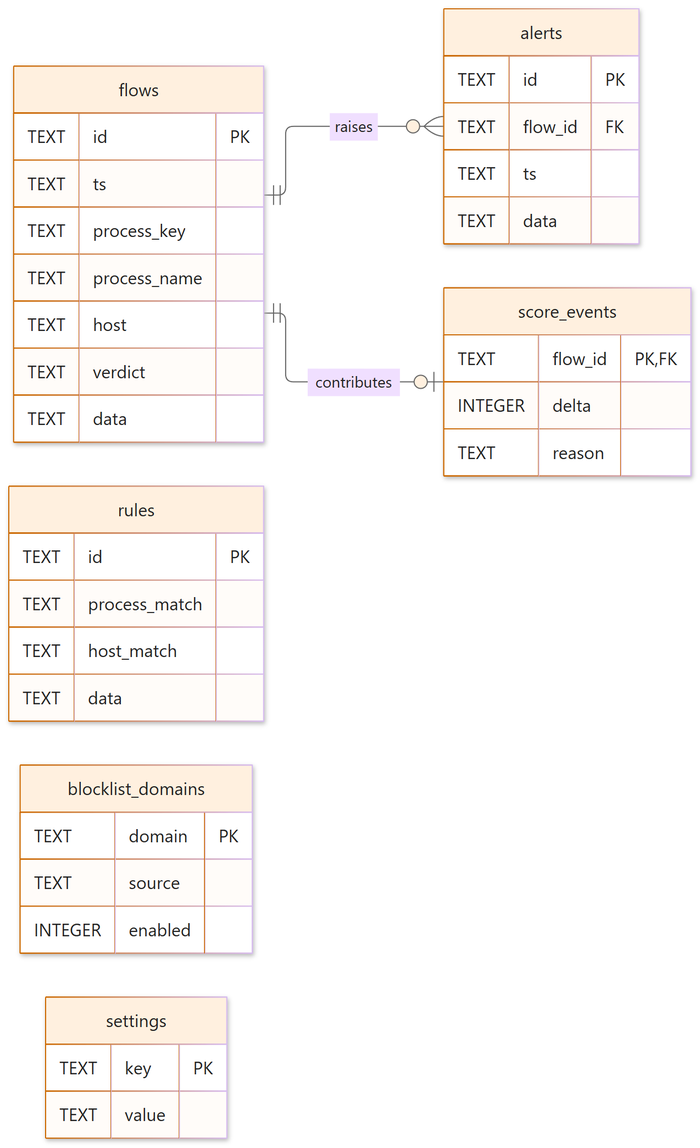
Celtors/SentriFlow-Network-Security keeps this Mermaid diagram as docs/proposal/diagrams/exported/database-erd.png. Above is the earlier version. Its source is kept beside it as docs/proposal/diagrams/database-erd.mmd. Source of this version:
```mermaid
erDiagram
  direction LR
  flows ||--o{ alerts : raises
  flows ||--o| score_events : contributes
  flows {
    TEXT id PK
    TEXT ts
    TEXT process_key
    TEXT process_name
    TEXT host
    TEXT verdict
    TEXT data
  }
  alerts {
    TEXT id PK
    TEXT flow_id FK
    TEXT ts
    TEXT data
  }
  rules {
    TEXT id PK
    TEXT process_match
    TEXT host_match
    TEXT data
  }
  blocklist_domains {
    TEXT domain PK
    TEXT source
    INTEGER enabled
  }
  settings {
    TEXT key PK
    TEXT value
  }
  score_events {
    TEXT flow_id PK,FK
    INTEGER delta
    TEXT reason
  }
```
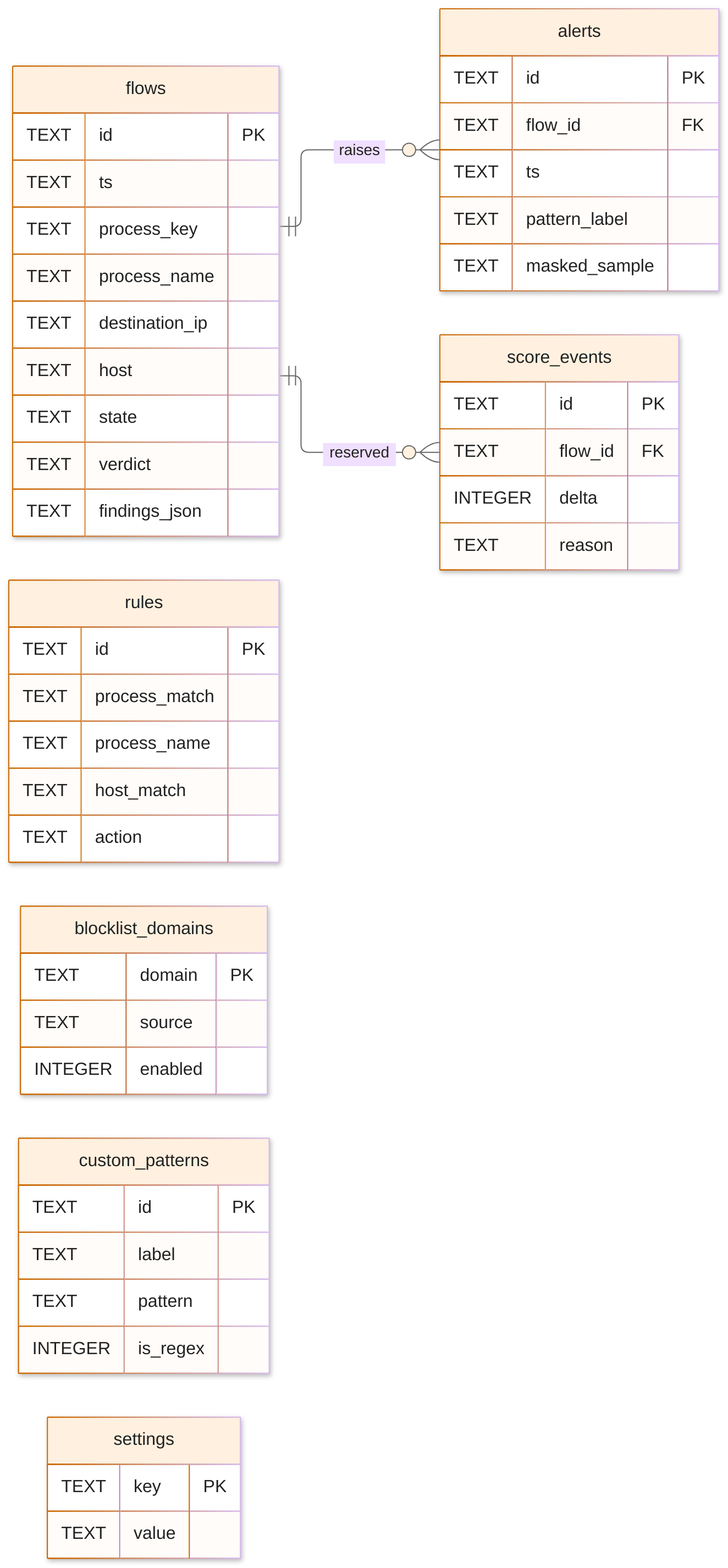
After the change.

Diff of the diagram source:
```diff
@@ -1,39 +1,50 @@
 erDiagram
   direction LR
   flows ||--o{ alerts : raises
-  flows ||--o| score_events : contributes
+  flows ||--o{ score_events : reserved
   flows {
     TEXT id PK
     TEXT ts
     TEXT process_key
     TEXT process_name
+    TEXT destination_ip
     TEXT host
+    TEXT state
     TEXT verdict
-    TEXT data
+    TEXT findings_json
   }
   alerts {
     TEXT id PK
     TEXT flow_id FK
     TEXT ts
-    TEXT data
+    TEXT pattern_label
+    TEXT masked_sample
   }
   rules {
     TEXT id PK
     TEXT process_match
+    TEXT process_name
     TEXT host_match
-    TEXT data
+    TEXT action
   }
   blocklist_domains {
     TEXT domain PK
     TEXT source
     INTEGER enabled
   }
+  custom_patterns {
+    TEXT id PK
+    TEXT label
+    TEXT pattern
+    INTEGER is_regex
+  }
   settings {
     TEXT key PK
     TEXT value
   }
   score_events {
-    TEXT flow_id PK,FK
+    TEXT id PK
+    TEXT flow_id FK
     INTEGER delta
     TEXT reason
   }
```
